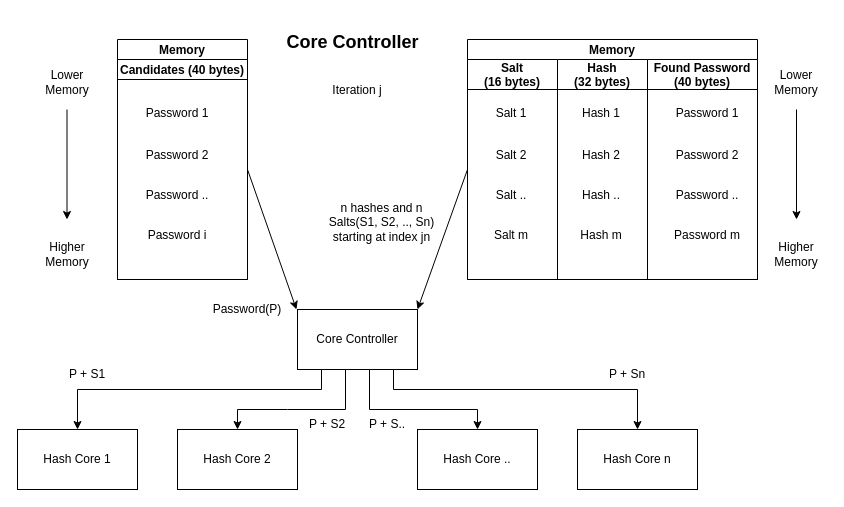
Earlier version of the draw.io diagram figures/theoretical_system/core-controller/core-controller.drawio (Niclasapdk/ESD3_project). Source tidied: cells renumbered, new cells numbered last; positions are measured from the earlier drawing's top-left corner, leaving out a move shared by most shapes. Both pictures are drawn from the tidied source at 100%, with x=0, y=0 at pixel (17, 17).
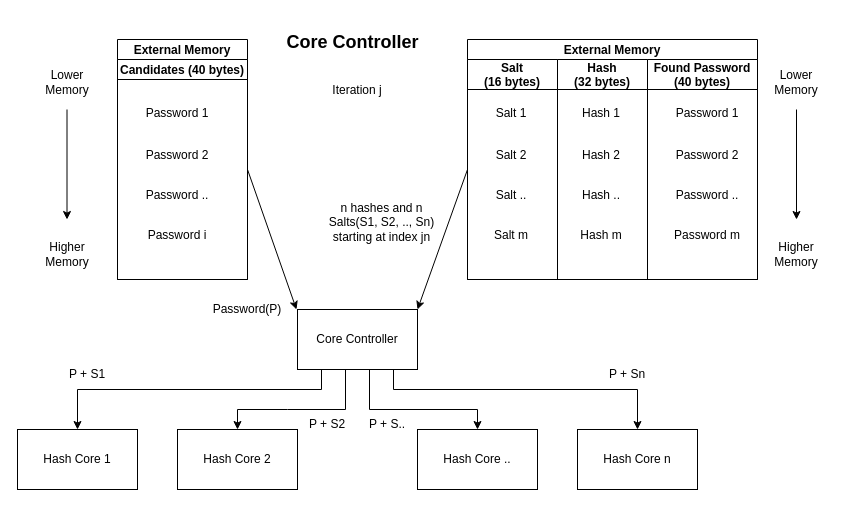
Above is the later version.

What changed in the source:
```diff
@@
-    <mxCell id="12" value="Memory" style="swimlane;startSize=20;" parent="1" vertex="1">
+    <mxCell id="12" value="External Memory" style="swimlane;startSize=20;" parent="1" vertex="1">
       <mxGeometry x="450" y="22" width="290" height="240" as="geometry" />
     </mxCell>
@@
-    <mxCell id="32" value="Memory" style="swimlane;startSize=20;" parent="1" vertex="1">
+    <mxCell id="32" value="External Memory" style="swimlane;startSize=20;" parent="1" vertex="1">
       <mxGeometry x="100" y="22" width="130" height="240" as="geometry" />
     </mxCell>
```
